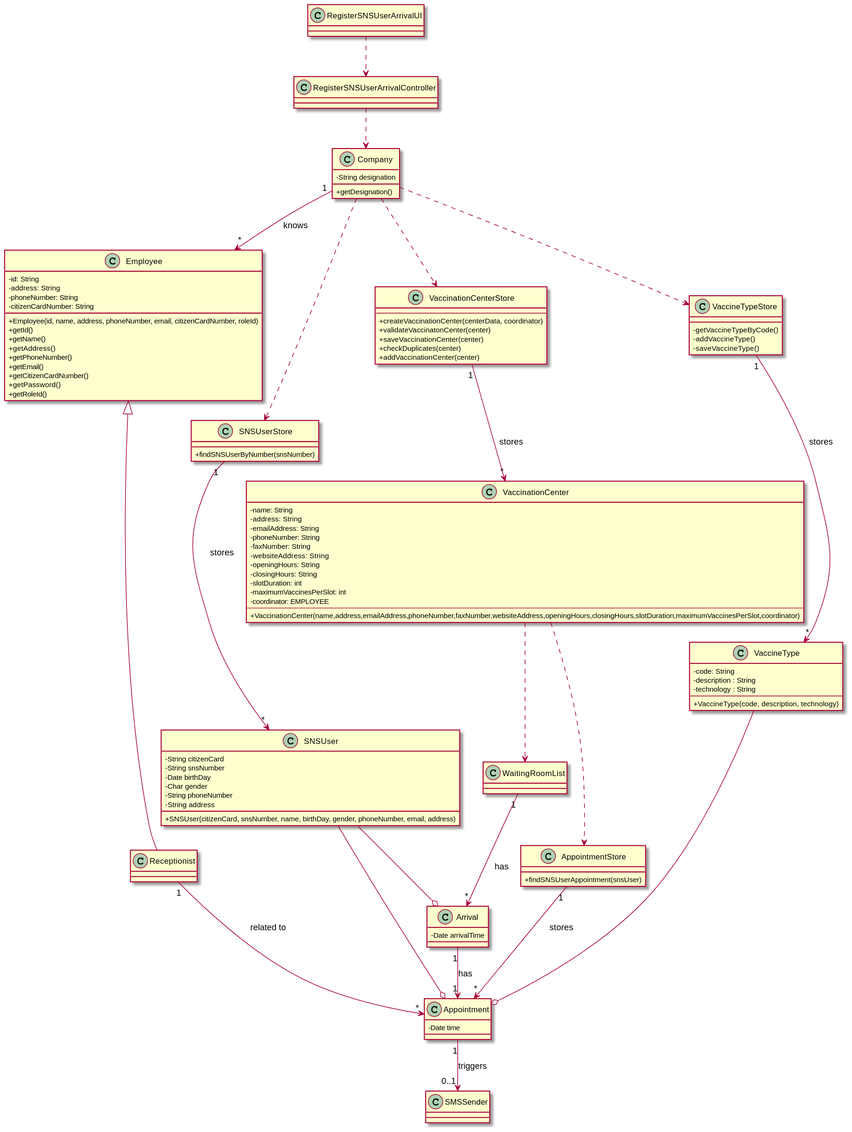
Before: docs/SprintC/US04/CD/US04_CD.svg, a diagram exported from PlantUML (miseEnPlace-i/lapr2).
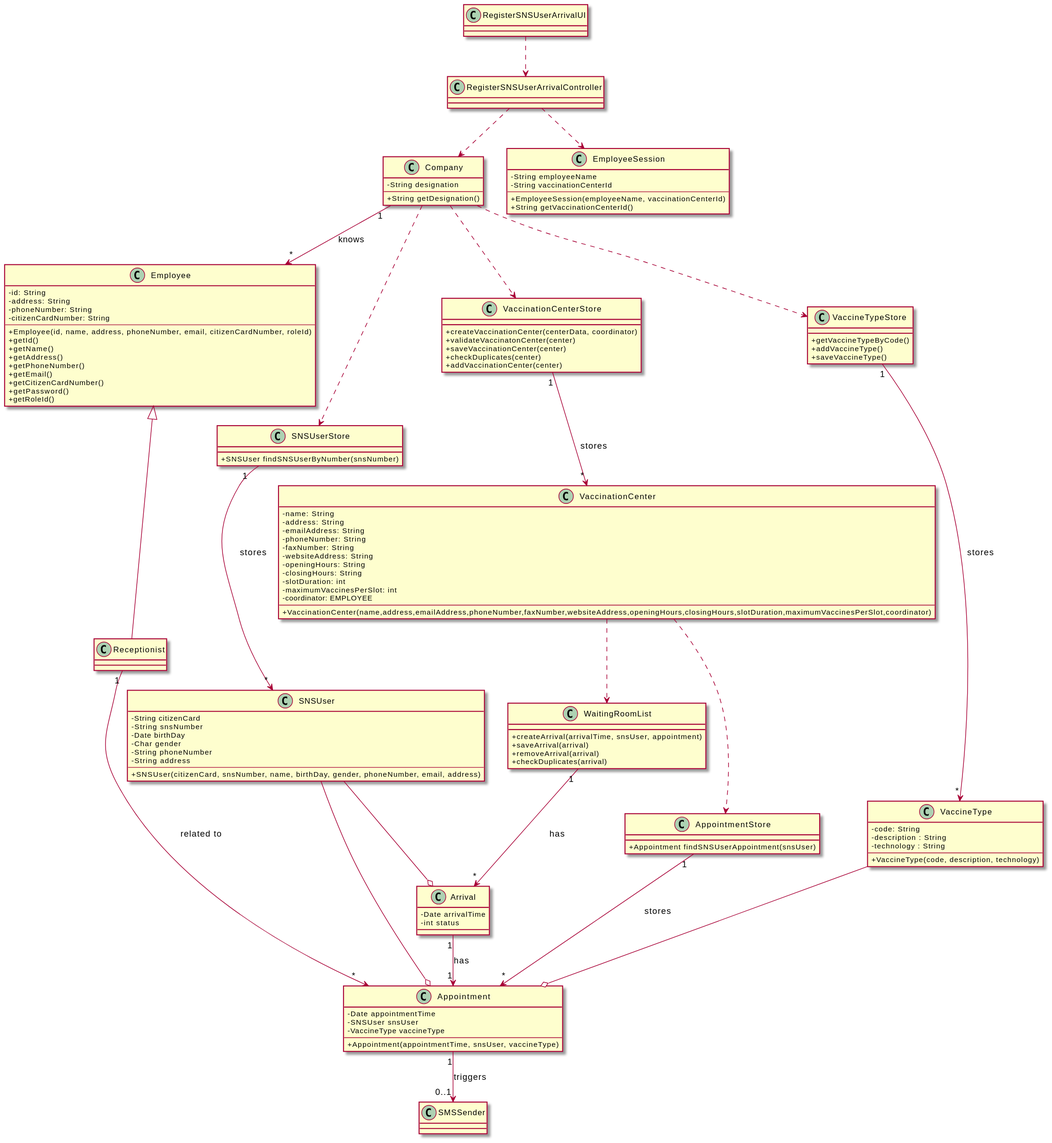
Above is the later version.

The edit, as a diff of the source:
```diff
@@ -2,20 +2,26 @@
 skinparam classAttributeIconSize 0
 
 class Appointment {
-  - Date time
+  - Date appointmentTime
+  - SNSUser snsUser
+  - VaccineType vaccineType
+  ---
+  + Appointment(appointmentTime, snsUser, vaccineType)
 }
 
 class AppointmentStore {
-  + findSNSUserAppointment(snsUser)
+  + Appointment findSNSUserAppointment(snsUser)
 }
 
 class Arrival {
   - Date arrivalTime
+  - int status
 }
 
 class Company {
   - String designation
-  + getDesignation()
+  ---
+  + String getDesignation()
 }
 
 class Employee {
@@ -23,6 +29,7 @@
   - address: String
   - phoneNumber: String
   - citizenCardNumber: String
+  ---
   + Employee(id, name, address, phoneNumber, email, citizenCardNumber, roleId)
   + getId()
   + getName()
@@ -32,6 +39,14 @@
   + getCitizenCardNumber()
   + getPassword()
   + getRoleId()
+}
+
+class EmployeeSession {
+  - String employeeName
+  - String vaccinationCenterId
+  ---
+  + EmployeeSession(employeeName, vaccinationCenterId)
+  + String getVaccinationCenterId()
 }
 
 class RegisterSNSUserArrivalUI {}
@@ -45,16 +60,15 @@
   - Char gender
   - String phoneNumber
   - String address
+  ---
   + SNSUser(citizenCard, snsNumber, name, birthDay, gender, phoneNumber, email, address)
 }
 
 class SNSUserStore {
-  + findSNSUserByNumber(snsNumber)
+  + SNSUser findSNSUserByNumber(snsNumber)
 }
 
-
 class Receptionist {}
-
 
 class SMSSender {}
 
@@ -75,7 +89,6 @@
 }
 
 class VaccinationCenterStore {
-  ---
   + createVaccinationCenter(centerData, coordinator)
   + validateVaccinatonCenter(center)
   + saveVaccinationCenter(center)
@@ -92,12 +105,17 @@
 }
 
 class VaccineTypeStore {
-  - getVaccineTypeByCode()
-  - addVaccineType()
-  - saveVaccineType()
+  + getVaccineTypeByCode()
+  + addVaccineType()
+  + saveVaccineType()
 }
 
-class WaitingRoomList {}
+class WaitingRoomList {
+  + createArrival(arrivalTime, snsUser, appointment)
+  + saveArrival(arrival)
+  + removeArrival(arrival)
+  + checkDuplicates(arrival)
+}
 
 
 Appointment "1" --> "0..1" SMSSender : triggers
@@ -116,6 +134,7 @@
 Receptionist "1" --> "*" Appointment : related to
 
 RegisterSNSUserArrivalController ..> Company
+RegisterSNSUserArrivalController ..> EmployeeSession
 
 RegisterSNSUserArrivalUI ..> RegisterSNSUserArrivalController
 
```
